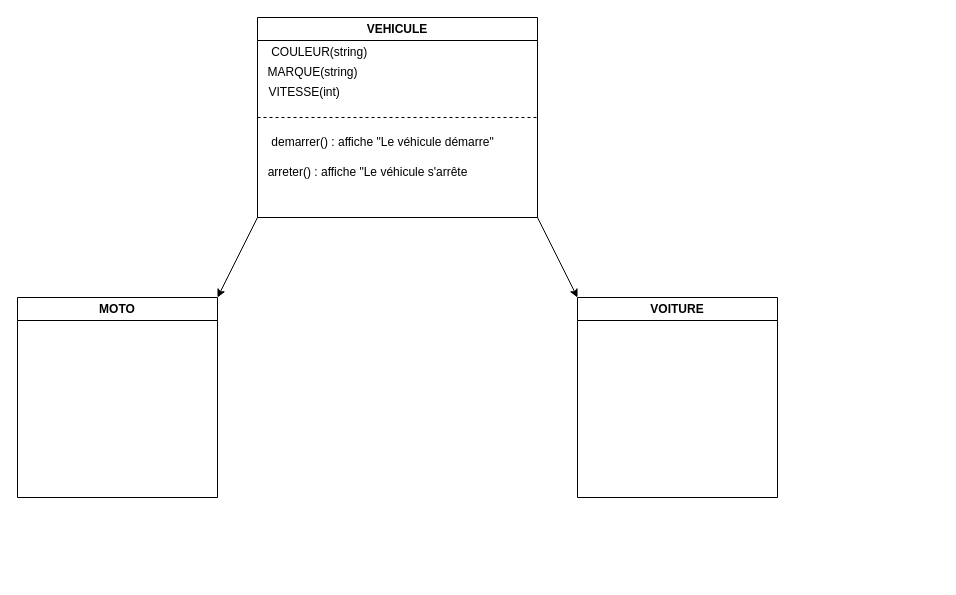
This is Diagramme sans nom.drawio from erxide/poo, a draw.io file, before an edit. Source tidied: cells renumbered, new cells numbered last; positions are measured from the earlier drawing's top-left corner, leaving out a move shared by most shapes. Both pictures are drawn from the tidied source at 100%, with x=0, y=0 at pixel (17, 17).
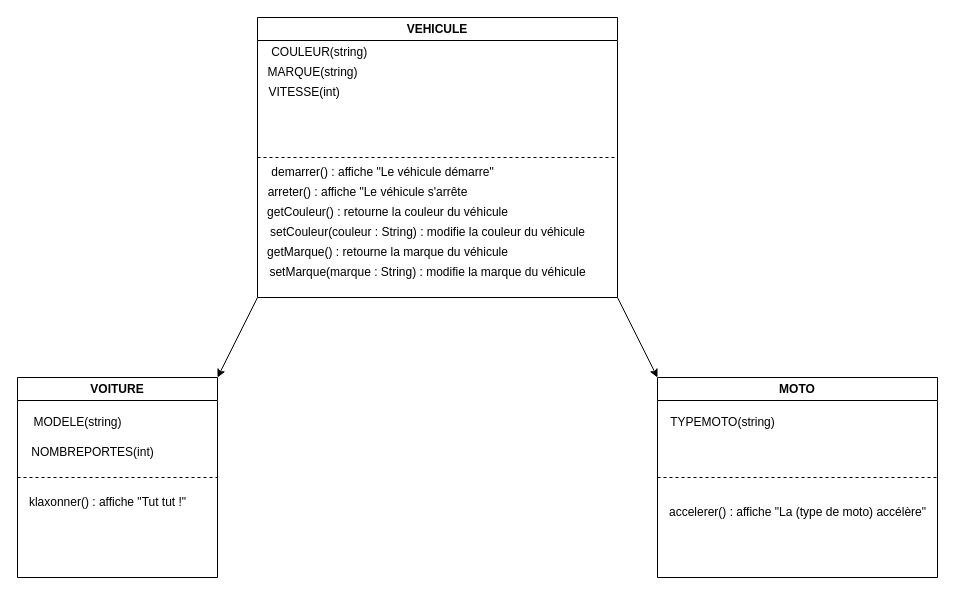
The same diagram, later.

Change to the diagram source:
```diff
@@
     <mxCell id="2" value="VEHICULE" style="swimlane;whiteSpace=wrap;html=1;" parent="1" vertex="1">
-      <mxGeometry x="240" width="280" height="200" as="geometry" />
+      <mxGeometry x="240" width="360" height="280" as="geometry" />
     </mxCell>
@@
     <mxCell id="6" value="demarrer() : affiche &quot;Le véhicule démarre&quot;&lt;br&gt;" style="text;html=1;align=center;verticalAlign=middle;strokeColor=none;fillColor=none;" parent="2" vertex="1">
-      <mxGeometry y="110" width="250" height="30" as="geometry" />
+      <mxGeometry y="140" width="250" height="30" as="geometry" />
     </mxCell>
     <mxCell id="7" value="arreter() : affiche &quot;Le véhicule s'arrête" style="text;html=1;align=center;verticalAlign=middle;strokeColor=none;fillColor=none;" parent="2" vertex="1">
-      <mxGeometry y="140" width="220" height="30" as="geometry" />
+      <mxGeometry y="160" width="220" height="30" as="geometry" />
     </mxCell>
+    <mxCell id="13" value="getCouleur() : retourne la couleur du véhicule" style="text;html=1;align=center;verticalAlign=middle;strokeColor=none;fillColor=none;" parent="2" vertex="1">
+      <mxGeometry y="180" width="260" height="30" as="geometry" />
+    </mxCell>
+    <mxCell id="14" value="setCouleur(couleur : String) : modifie la couleur du véhicule" style="text;html=1;align=center;verticalAlign=middle;strokeColor=none;fillColor=none;" parent="2" vertex="1">
+      <mxGeometry y="200" width="340" height="30" as="geometry" />
+    </mxCell>
+    <mxCell id="15" value="getMarque() : retourne la marque du véhicule" style="text;html=1;align=center;verticalAlign=middle;strokeColor=none;fillColor=none;" parent="2" vertex="1">
+      <mxGeometry y="220" width="260" height="30" as="geometry" />
+    </mxCell>
+    <mxCell id="16" value="setMarque(marque : String) : modifie la marque du véhicule" style="text;html=1;align=center;verticalAlign=middle;strokeColor=none;fillColor=none;" parent="2" vertex="1">
+      <mxGeometry y="240" width="340" height="30" as="geometry" />
+    </mxCell>
-    <mxCell id="8" value="VOITURE" style="swimlane;whiteSpace=wrap;html=1;" parent="1" vertex="1">
-      <mxGeometry x="560" y="280" width="200" height="200" as="geometry" />
+    <mxCell id="8" value="MOTO" style="swimlane;whiteSpace=wrap;html=1;startSize=23;" parent="1" vertex="1">
+      <mxGeometry x="640" y="360" width="280" height="200" as="geometry" />
     </mxCell>
+    <mxCell id="17" value="TYPEMOTO(string)" style="text;html=1;align=center;verticalAlign=middle;strokeColor=none;fillColor=none;" parent="8" vertex="1">
+      <mxGeometry y="30" width="130" height="30" as="geometry" />
+    </mxCell>
+    <mxCell id="18" value="accelerer() : affiche &quot;La (type de moto) accélère&quot;" style="text;html=1;align=center;verticalAlign=middle;strokeColor=none;fillColor=none;" parent="8" vertex="1">
+      <mxGeometry y="120" width="280" height="30" as="geometry" />
+    </mxCell>
@@
-    <mxCell id="10" value="MOTO" style="swimlane;whiteSpace=wrap;html=1;" parent="1" vertex="1">
-      <mxGeometry y="280" width="200" height="200" as="geometry" />
+    <mxCell id="10" value="VOITURE" style="swimlane;whiteSpace=wrap;html=1;startSize=23;" parent="1" vertex="1">
+      <mxGeometry y="360" width="200" height="200" as="geometry" />
     </mxCell>
+    <mxCell id="19" value="MODELE(string)" style="text;html=1;align=center;verticalAlign=middle;strokeColor=none;fillColor=none;" parent="10" vertex="1">
+      <mxGeometry x="5" y="30" width="110" height="30" as="geometry" />
+    </mxCell>
+    <mxCell id="20" value="NOMBREPORTES(int)" style="text;html=1;align=center;verticalAlign=middle;strokeColor=none;fillColor=none;" parent="10" vertex="1">
+      <mxGeometry y="60" width="150" height="30" as="geometry" />
+    </mxCell>
+    <mxCell id="21" value="klaxonner() : affiche &quot;Tut tut !&quot;" style="text;html=1;align=center;verticalAlign=middle;strokeColor=none;fillColor=none;" parent="10" vertex="1">
+      <mxGeometry y="110" width="180" height="30" as="geometry" />
+    </mxCell>
@@
+    <mxCell id="22" style="endArrow=none;dashed=1;html=1;rounded=0;entryX=1;entryY=0.5;entryDx=0;entryDy=0;exitX=0;exitY=0.5;exitDx=0;exitDy=0;" parent="1" edge="1" source="10" target="10">
+      <mxGeometry relative="1" as="geometry" />
+    </mxCell>
+    <mxCell id="23" style="endArrow=none;dashed=1;html=1;rounded=0;exitX=0;exitY=0.5;exitDx=0;exitDy=0;entryX=1;entryY=0.5;entryDx=0;entryDy=0;" parent="1" edge="1" source="8" target="8">
+      <mxGeometry relative="1" as="geometry" />
+    </mxCell>
```
